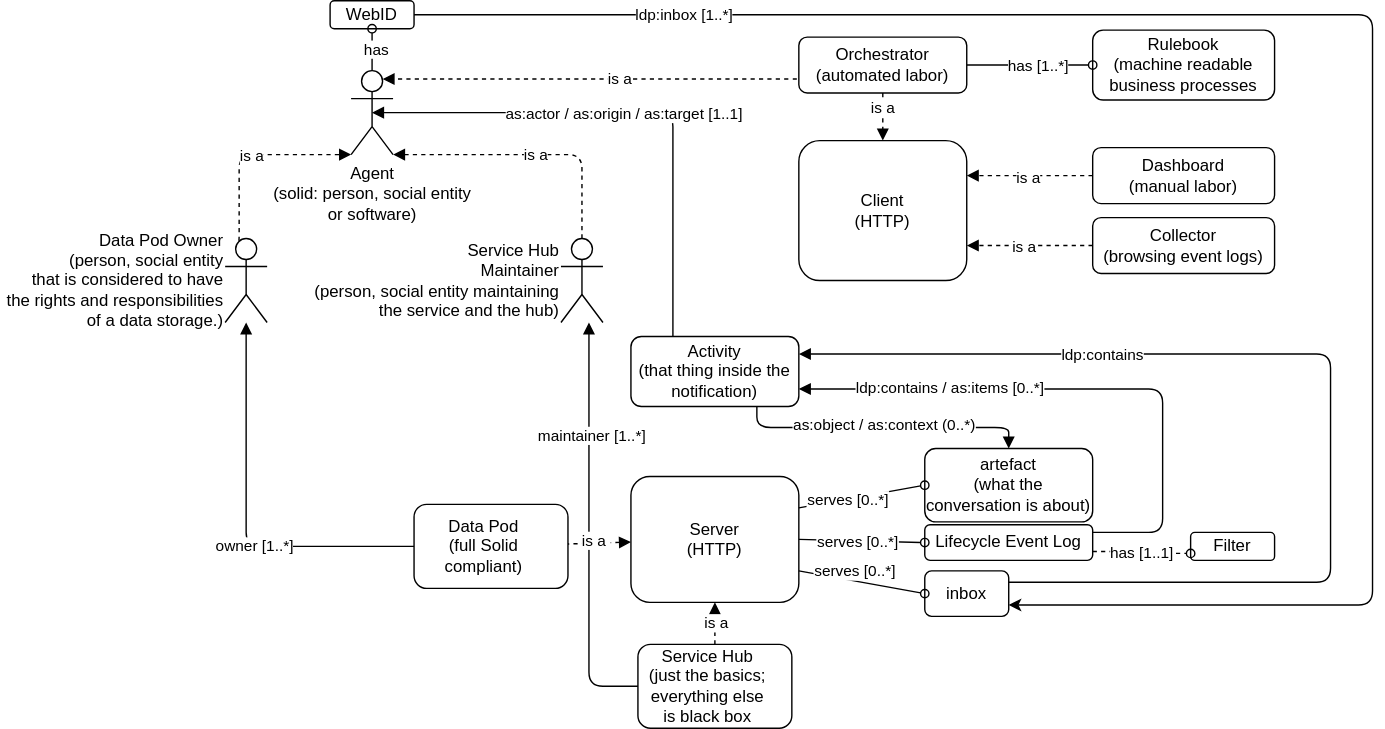
The draw.io diagram images/terminology.svg in MellonScholarlyCommunication/spec-overview, before a commit. Source tidied: cells renumbered, new cells last; positions are measured from the earlier drawing's top-left corner, leaving out a move shared by most shapes.
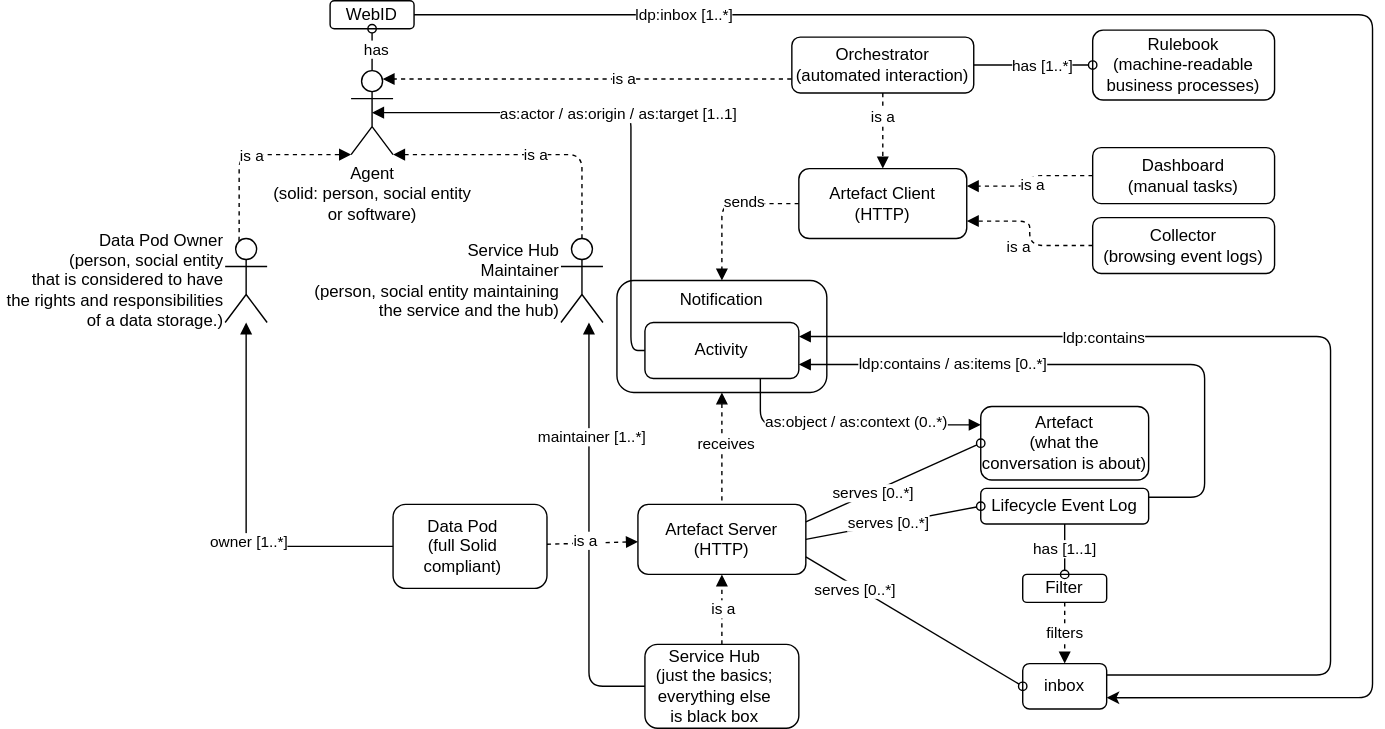
The same file after the commit.

Commit message:
Overhaul terminology

Diff of the diagram source:
```diff
@@ -2,8 +2,16 @@
   <root>
     <mxCell id="0" />
     <mxCell id="1" parent="0" />
+    <mxCell id="61" value="Notification" style="rounded=1;whiteSpace=wrap;html=1;fillColor=none;verticalAlign=top;" parent="1" vertex="1">
+      <mxGeometry x="280" y="200" width="150" height="80" as="geometry" />
+    </mxCell>
-    <mxCell id="2" style="edgeStyle=orthogonalEdgeStyle;html=1;exitX=0.5;exitY=0.5;exitDx=0;exitDy=0;exitPerimeter=0;entryX=0.25;entryY=0;entryDx=0;entryDy=0;startArrow=block;startFill=1;endArrow=none;endFill=0;" parent="1" edge="1" source="6" target="37">
-      <mxGeometry relative="1" as="geometry" />
+    <mxCell id="2" style="edgeStyle=orthogonalEdgeStyle;html=1;exitX=0.5;exitY=0.5;exitDx=0;exitDy=0;exitPerimeter=0;startArrow=block;startFill=1;endArrow=none;endFill=0;entryX=0;entryY=0.5;entryDx=0;entryDy=0;" parent="1" edge="1" source="6" target="37">
+      <mxGeometry relative="1" as="geometry">
+        <Array as="points">
+          <mxPoint x="290" y="80" />
+          <mxPoint x="290" y="250" />
+        </Array>
+      </mxGeometry>
     </mxCell>
     <mxCell id="3" value="as:actor / as:origin / as:target [1..1]" style="edgeLabel;html=1;align=center;verticalAlign=middle;" parent="2" vertex="1">
       <mxGeometry x="-0.1" relative="1" as="geometry">
@@ -30,7 +38,7 @@
       <mxGeometry x="-0.18" y="-1" relative="1" as="geometry" />
     </mxCell>
     <mxCell id="9" value="&lt;div&gt;Data Pod&lt;br&gt;&lt;/div&gt;&lt;div&gt;(full Solid compliant)&lt;/div&gt;" style="rounded=1;whiteSpace=wrap;html=1;strokeWidth=1;strokeColor=default;align=center;verticalAlign=middle;spacingRight=10;fillColor=none;" parent="1" vertex="1">
-      <mxGeometry x="135" y="360" width="110" height="60" as="geometry" />
+      <mxGeometry x="120" y="360" width="110" height="60" as="geometry" />
     </mxCell>
     <mxCell id="10" style="edgeStyle=none;html=1;exitX=0.5;exitY=0;exitDx=0;exitDy=0;endArrow=block;endFill=1;dashed=1;" parent="1" edge="1" source="14" target="22">
       <mxGeometry relative="1" as="geometry" />
@@ -53,7 +61,7 @@
       </mxGeometry>
     </mxCell>
     <mxCell id="14" value="&lt;div&gt;Service Hub&lt;br&gt;&lt;/div&gt;&lt;div&gt;(just the basics; everything else is&amp;nbsp;&lt;span&gt;black box&lt;/span&gt;&lt;/div&gt;" style="rounded=1;whiteSpace=wrap;html=1;strokeWidth=1;strokeColor=default;align=center;verticalAlign=middle;spacingRight=10;fillColor=none;" parent="1" vertex="1">
-      <mxGeometry x="295" y="460" width="110" height="60" as="geometry" />
+      <mxGeometry x="300" y="460" width="110" height="60" as="geometry" />
     </mxCell>
     <mxCell id="15" style="edgeStyle=none;html=1;exitX=1;exitY=0.25;exitDx=0;exitDy=0;entryX=0;entryY=0.5;entryDx=0;entryDy=0;endArrow=oval;endFill=0;" parent="1" edge="1" source="22" target="33">
       <mxGeometry relative="1" as="geometry" />
@@ -80,14 +88,14 @@
     <mxCell id="21" value="is a&amp;nbsp;" style="edgeLabel;html=1;align=center;verticalAlign=middle;" parent="20" vertex="1">
       <mxGeometry x="0.11" y="-2" relative="1" as="geometry" />
     </mxCell>
-    <mxCell id="22" value="Server&lt;br&gt;(HTTP)" style="rounded=1;whiteSpace=wrap;html=1;fillColor=none;" parent="1" vertex="1">
-      <mxGeometry x="290" y="340" width="120" height="90" as="geometry" />
+    <mxCell id="22" value="Artefact Server&lt;br&gt;(HTTP)" style="rounded=1;whiteSpace=wrap;html=1;fillColor=none;" parent="1" vertex="1">
+      <mxGeometry x="295" y="360" width="120" height="50" as="geometry" />
     </mxCell>
     <mxCell id="23" style="edgeStyle=orthogonalEdgeStyle;html=1;entryX=1;entryY=0.25;entryDx=0;entryDy=0;startArrow=none;startFill=0;endArrow=block;endFill=1;exitX=1;exitY=0.25;exitDx=0;exitDy=0;" parent="1" edge="1" source="25" target="37">
       <mxGeometry relative="1" as="geometry">
         <Array as="points">
-          <mxPoint x="790" y="416" />
-          <mxPoint x="790" y="253" />
+          <mxPoint x="790" y="482" />
+          <mxPoint x="790" y="240" />
         </Array>
       </mxGeometry>
     </mxCell>
@@ -95,13 +103,13 @@
       <mxGeometry x="0.44" relative="1" as="geometry" />
     </mxCell>
     <mxCell id="25" value="inbox" style="rounded=1;whiteSpace=wrap;html=1;fillColor=none;" parent="1" vertex="1">
-      <mxGeometry x="500" y="407.5" width="60" height="32.5" as="geometry" />
+      <mxGeometry x="570" y="473.8" width="60" height="32.5" as="geometry" />
     </mxCell>
-    <mxCell id="26" style="edgeStyle=orthogonalEdgeStyle;html=1;entryX=1;entryY=0.75;entryDx=0;entryDy=0;startArrow=none;startFill=0;endArrow=block;endFill=1;" parent="1" edge="1" source="30" target="37">
+    <mxCell id="26" style="edgeStyle=orthogonalEdgeStyle;html=1;entryX=1;entryY=0.75;entryDx=0;entryDy=0;startArrow=none;startFill=0;endArrow=block;endFill=1;exitX=1;exitY=0.25;exitDx=0;exitDy=0;" parent="1" edge="1" source="30" target="37">
       <mxGeometry relative="1" as="geometry">
         <Array as="points">
-          <mxPoint x="670" y="380" />
-          <mxPoint x="670" y="278" />
+          <mxPoint x="700" y="355" />
+          <mxPoint x="700" y="260" />
         </Array>
       </mxGeometry>
     </mxCell>
@@ -110,31 +118,31 @@
         <mxPoint x="25" as="offset" />
       </mxGeometry>
     </mxCell>
-    <mxCell id="28" style="edgeStyle=orthogonalEdgeStyle;html=1;exitX=1;exitY=0.75;exitDx=0;exitDy=0;entryX=0;entryY=0.75;entryDx=0;entryDy=0;dashed=1;startArrow=none;startFill=0;endArrow=oval;endFill=0;" parent="1" edge="1" source="30" target="59">
+    <mxCell id="28" style="edgeStyle=orthogonalEdgeStyle;html=1;exitX=0.5;exitY=1;exitDx=0;exitDy=0;entryX=0.5;entryY=0;entryDx=0;entryDy=0;startArrow=none;startFill=0;endArrow=oval;endFill=0;" parent="1" edge="1" source="30" target="59">
       <mxGeometry relative="1" as="geometry" />
     </mxCell>
     <mxCell id="29" value="has [1..1]" style="edgeLabel;html=1;align=center;verticalAlign=middle;" parent="28" vertex="1">
       <mxGeometry x="-0.05" y="-1" relative="1" as="geometry" />
     </mxCell>
     <mxCell id="30" value="Lifecycle Event Log" style="rounded=1;whiteSpace=wrap;html=1;fillColor=none;" parent="1" vertex="1">
-      <mxGeometry x="500" y="374.5" width="120" height="25.5" as="geometry" />
+      <mxGeometry x="540" y="348.5" width="120" height="25.5" as="geometry" />
     </mxCell>
-    <mxCell id="31" style="edgeStyle=orthogonalEdgeStyle;html=1;exitX=0.5;exitY=0;exitDx=0;exitDy=0;entryX=0.75;entryY=1;entryDx=0;entryDy=0;startArrow=block;startFill=1;endArrow=none;endFill=0;" parent="1" edge="1" source="33" target="37">
+    <mxCell id="31" style="edgeStyle=orthogonalEdgeStyle;html=1;exitX=0;exitY=0.25;exitDx=0;exitDy=0;entryX=0.75;entryY=1;entryDx=0;entryDy=0;startArrow=block;startFill=1;endArrow=none;endFill=0;" parent="1" edge="1" source="33" target="37">
       <mxGeometry relative="1" as="geometry" />
     </mxCell>
     <mxCell id="32" value="as:object / as:context (0..*)" style="edgeLabel;html=1;align=center;verticalAlign=middle;" parent="31" vertex="1">
       <mxGeometry x="0.22" y="-3" relative="1" as="geometry">
-        <mxPoint x="23" as="offset" />
+        <mxPoint x="26" as="offset" />
       </mxGeometry>
     </mxCell>
-    <mxCell id="33" value="artefact&lt;br&gt;(what the conversation is about)" style="rounded=1;whiteSpace=wrap;html=1;fillColor=none;strokeColor=#000000;strokeWidth=1;" parent="1" vertex="1">
-      <mxGeometry x="500" y="320" width="120" height="52.5" as="geometry" />
+    <mxCell id="33" value="Artefact&lt;br&gt;(what the conversation is about)" style="rounded=1;whiteSpace=wrap;html=1;fillColor=none;strokeColor=#000000;strokeWidth=1;" parent="1" vertex="1">
+      <mxGeometry x="540" y="290" width="120" height="52.5" as="geometry" />
     </mxCell>
     <mxCell id="34" style="edgeStyle=orthogonalEdgeStyle;html=1;exitX=1;exitY=0.5;exitDx=0;exitDy=0;entryX=1;entryY=0.75;entryDx=0;entryDy=0;jumpStyle=none;" parent="1" edge="1" source="36" target="25">
       <mxGeometry relative="1" as="geometry">
         <Array as="points">
           <mxPoint x="820" y="10" />
-          <mxPoint x="820" y="432" />
+          <mxPoint x="820" y="498" />
         </Array>
       </mxGeometry>
     </mxCell>
@@ -144,11 +152,11 @@
     <mxCell id="36" value="WebID" style="rounded=1;whiteSpace=wrap;html=1;fillColor=none;" parent="1" vertex="1">
       <mxGeometry x="75" width="60" height="20" as="geometry" />
     </mxCell>
-    <mxCell id="37" value="Activity&lt;br&gt;(that thing inside the notification)" style="rounded=1;whiteSpace=wrap;html=1;fillColor=default;" parent="1" vertex="1">
-      <mxGeometry x="290" y="240" width="120" height="50" as="geometry" />
+    <mxCell id="37" value="Activity" style="rounded=1;whiteSpace=wrap;html=1;fillColor=default;" parent="1" vertex="1">
+      <mxGeometry x="300" y="230" width="110" height="40" as="geometry" />
     </mxCell>
     <mxCell id="38" value="serves [0..*]" style="edgeLabel;html=1;align=center;verticalAlign=middle;" parent="1" vertex="1">
-      <mxGeometry x="450" y="407.5" as="geometry" />
+      <mxGeometry x="450" y="420" as="geometry" />
     </mxCell>
     <mxCell id="39" style="edgeStyle=orthogonalEdgeStyle;html=1;exitX=0.25;exitY=0.1;exitDx=0;exitDy=0;exitPerimeter=0;entryX=0;entryY=1;entryDx=0;entryDy=0;entryPerimeter=0;startArrow=none;startFill=0;endArrow=block;endFill=1;dashed=1;" parent="1" edge="1" source="41" target="6">
       <mxGeometry relative="1" as="geometry">
@@ -201,8 +209,8 @@
     <mxCell id="50" value="is a" style="edgeLabel;html=1;align=center;verticalAlign=middle;" parent="49" vertex="1">
       <mxGeometry x="-0.11" y="-1" relative="1" as="geometry" />
     </mxCell>
-    <mxCell id="51" value="Orchestrator&lt;br&gt;(automated labor)" style="rounded=1;whiteSpace=wrap;html=1;fillColor=default;" parent="1" vertex="1">
-      <mxGeometry x="410" y="26" width="120" height="40" as="geometry" />
+    <mxCell id="51" value="Orchestrator&lt;br&gt;(automated interaction)" style="rounded=1;whiteSpace=wrap;html=1;fillColor=default;" parent="1" vertex="1">
+      <mxGeometry x="405" y="26" width="130" height="40" as="geometry" />
     </mxCell>
     <mxCell id="52" style="edgeStyle=orthogonalEdgeStyle;html=1;exitX=0;exitY=0.5;exitDx=0;exitDy=0;entryX=1;entryY=0.75;entryDx=0;entryDy=0;dashed=1;startArrow=none;startFill=0;endArrow=block;endFill=1;" parent="1" edge="1" source="54" target="55">
       <mxGeometry relative="1" as="geometry" />
@@ -215,8 +223,14 @@
     <mxCell id="54" value="Collector&lt;br&gt;(browsing event logs)" style="rounded=1;whiteSpace=wrap;html=1;fillColor=default;" parent="1" vertex="1">
       <mxGeometry x="620" y="155" width="130" height="40" as="geometry" />
     </mxCell>
+    <mxCell id="62" style="edgeStyle=orthogonalEdgeStyle;html=1;exitX=0;exitY=0.5;exitDx=0;exitDy=0;endArrow=block;endFill=1;dashed=1;" parent="1" edge="1" source="55" target="61">
+      <mxGeometry relative="1" as="geometry" />
+    </mxCell>
+    <mxCell id="63" value="sends" style="edgeLabel;html=1;align=center;verticalAlign=middle;" parent="62" vertex="1">
+      <mxGeometry x="-0.26" y="-2" relative="1" as="geometry" />
+    </mxCell>
-    <mxCell id="55" value="Client&lt;br&gt;(HTTP)" style="rounded=1;whiteSpace=wrap;html=1;fillColor=none;" parent="1" vertex="1">
-      <mxGeometry x="410" y="100" width="120" height="100" as="geometry" />
+    <mxCell id="55" value="Artefact Client&lt;br&gt;(HTTP)" style="rounded=1;whiteSpace=wrap;html=1;fillColor=none;" parent="1" vertex="1">
+      <mxGeometry x="410" y="120" width="120" height="50" as="geometry" />
     </mxCell>
     <mxCell id="56" style="edgeStyle=orthogonalEdgeStyle;html=1;exitX=0;exitY=0.5;exitDx=0;exitDy=0;entryX=1;entryY=0.25;entryDx=0;entryDy=0;dashed=1;startArrow=none;startFill=0;endArrow=block;endFill=1;" parent="1" edge="1" source="58" target="55">
       <mxGeometry relative="1" as="geometry" />
@@ -224,14 +238,23 @@
     <mxCell id="57" value="is a" style="edgeLabel;html=1;align=center;verticalAlign=middle;" parent="56" vertex="1">
       <mxGeometry x="0.05" y="1" relative="1" as="geometry" />
     </mxCell>
-    <mxCell id="58" value="Dashboard&lt;br&gt;(manual labor)" style="rounded=1;whiteSpace=wrap;html=1;fillColor=default;" parent="1" vertex="1">
+    <mxCell id="58" value="Dashboard&lt;br&gt;(manual tasks)" style="rounded=1;whiteSpace=wrap;html=1;fillColor=default;" parent="1" vertex="1">
       <mxGeometry x="620" y="105" width="130" height="40" as="geometry" />
     </mxCell>
+    <mxCell id="64" value="filters" style="edgeStyle=none;html=1;exitX=0.5;exitY=1;exitDx=0;exitDy=0;entryX=0.5;entryY=0;entryDx=0;entryDy=0;endArrow=block;endFill=1;dashed=1;" parent="1" edge="1" source="59" target="25">
+      <mxGeometry relative="1" as="geometry" />
+    </mxCell>
     <mxCell id="59" value="Filter" style="rounded=1;whiteSpace=wrap;html=1;fillColor=none;" parent="1" vertex="1">
-      <mxGeometry x="690" y="380" width="60" height="20" as="geometry" />
+      <mxGeometry x="570" y="410" width="60" height="20" as="geometry" />
     </mxCell>
-    <mxCell id="60" value="Rulebook&lt;br&gt;(machine readable business processes" style="rounded=1;whiteSpace=wrap;html=1;fillColor=none;" parent="1" vertex="1">
+    <mxCell id="60" value="Rulebook&lt;br&gt;(machine-readable business processes)" style="rounded=1;whiteSpace=wrap;html=1;fillColor=none;" parent="1" vertex="1">
       <mxGeometry x="620" y="21" width="130" height="50" as="geometry" />
     </mxCell>
+    <mxCell id="65" style="edgeStyle=orthogonalEdgeStyle;html=1;exitX=0.5;exitY=1;exitDx=0;exitDy=0;entryX=0.5;entryY=0;entryDx=0;entryDy=0;dashed=1;endArrow=none;endFill=0;startArrow=block;startFill=1;" parent="1" edge="1" source="61" target="22">
+      <mxGeometry relative="1" as="geometry" />
+    </mxCell>
+    <mxCell id="66" value="receives" style="edgeLabel;html=1;align=center;verticalAlign=middle;" parent="65" vertex="1">
+      <mxGeometry x="-0.11" y="2" relative="1" as="geometry" />
+    </mxCell>
   </root>
 </mxGraphModel>
```
